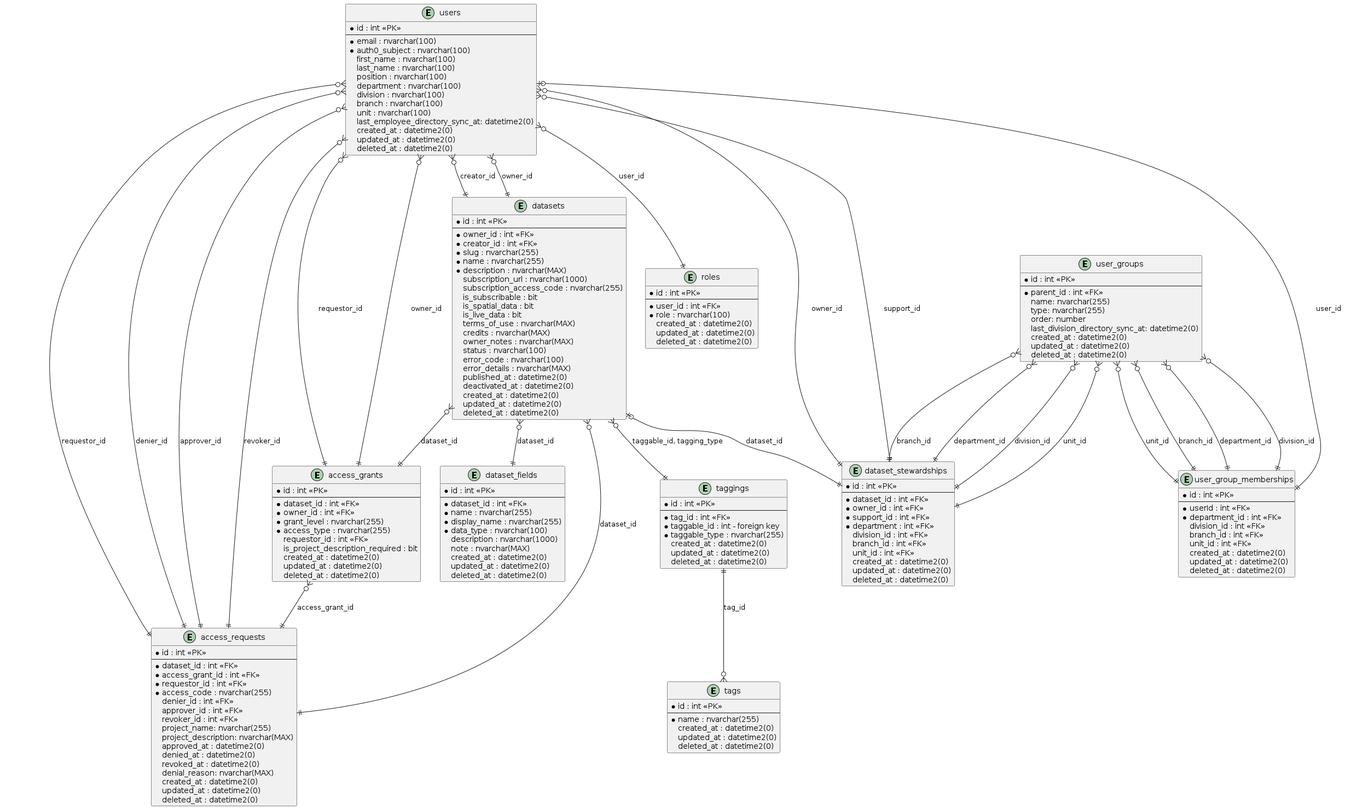
This is _Design/Entity Relationship Diagrams.png from ytgov/internal-data-portal, a PlantUML export, as it was before one commit.
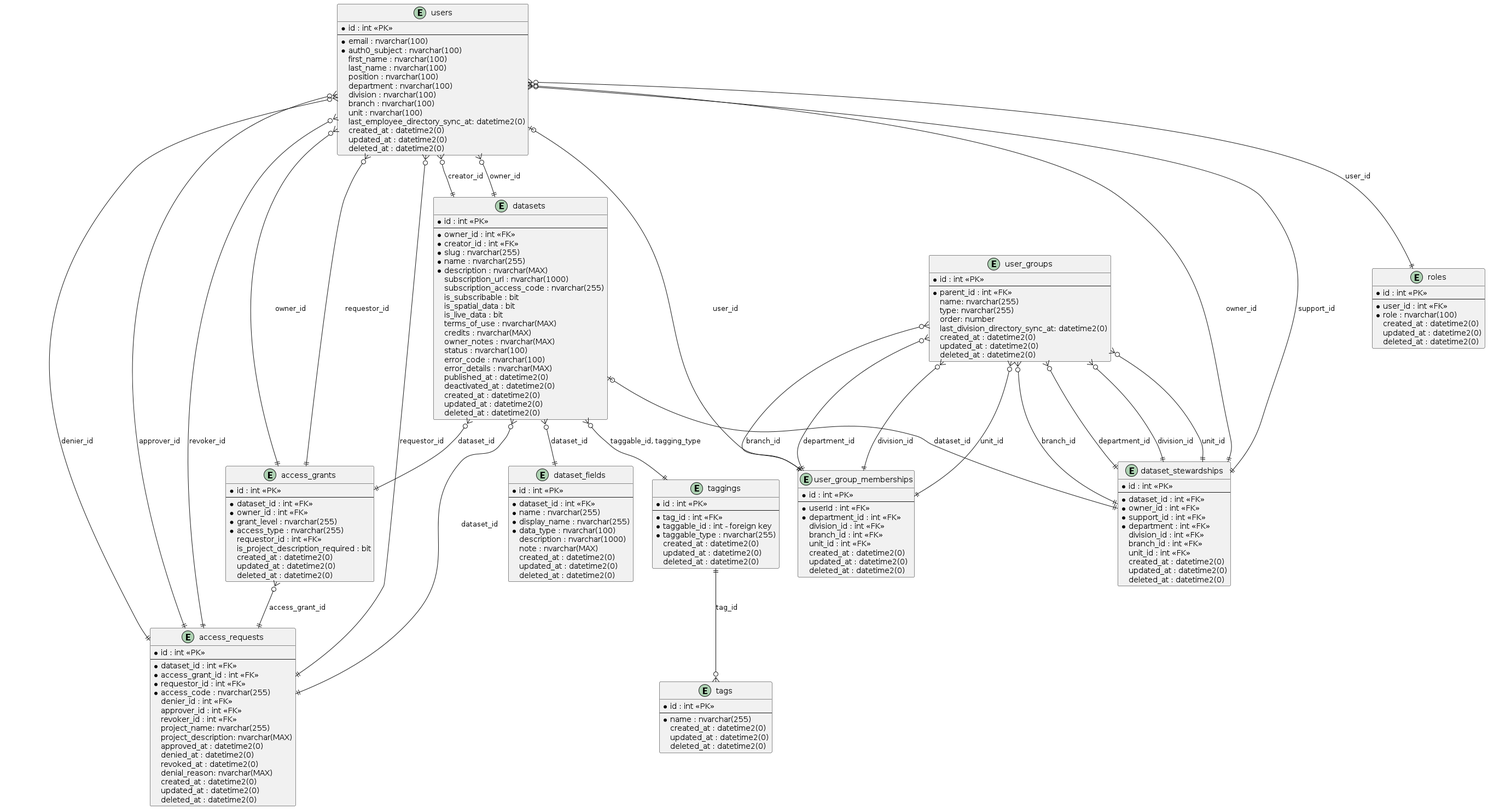
After the change.

Commit message:
:abc: Alphabetize entity diagram entities to making finding stuff eaiser.

Diff of the diagram source:
```diff
@@ -48,6 +48,21 @@
   deleted_at : datetime2(0)
 }
 
+entity "dataset_stewardships" {
+  * id : int <<PK>>
+  --
+  * dataset_id : int <<FK>>
+  * owner_id : int <<FK>>
+  * support_id : int <<FK>>
+  * department : int <<FK>>
+  division_id : int <<FK>>
+  branch_id : int <<FK>>
+  unit_id : int <<FK>>
+  created_at : datetime2(0)
+  updated_at : datetime2(0)
+  deleted_at : datetime2(0)
+}
+
 entity "datasets" {
   * id : int <<PK>>
   --
@@ -84,16 +99,12 @@
   deleted_at : datetime2(0)
 }
 
-entity "dataset_stewardships" {
+entity "taggings" {
   * id : int <<PK>>
   --
-  * dataset_id : int <<FK>>
-  * owner_id : int <<FK>>
-  * support_id : int <<FK>>
-  * department : int <<FK>>
-  division_id : int <<FK>>
-  branch_id : int <<FK>>
-  unit_id : int <<FK>>
+  * tag_id : int <<FK>>
+  * taggable_id : int - foreign key
+  * taggable_type : nvarchar(255)
   created_at : datetime2(0)
   updated_at : datetime2(0)
   deleted_at : datetime2(0)
@@ -108,12 +119,28 @@
   deleted_at : datetime2(0)
 }
 
-entity "taggings" {
+
+entity "user_group_memberships" {
   * id : int <<PK>>
   --
-  * tag_id : int <<FK>>
-  * taggable_id : int - foreign key
-  * taggable_type : nvarchar(255)
+  * userId : int <<FK>>
+  * department_id : int <<FK>>
+  division_id : int <<FK>>
+  branch_id : int <<FK>>
+  unit_id : int <<FK>>
+  created_at : datetime2(0)
+  updated_at : datetime2(0)
+  deleted_at : datetime2(0)
+}
+
+entity "user_groups" {
+  * id : int <<PK>>
+  --
+  * parent_id : int <<FK>>
+  name: nvarchar(255)
+  type: nvarchar(255)
+  order: number
+  last_division_directory_sync_at: datetime2(0)
   created_at : datetime2(0)
   updated_at : datetime2(0)
   deleted_at : datetime2(0)
@@ -132,32 +159,6 @@
   branch : nvarchar(100)
   unit : nvarchar(100)
   last_employee_directory_sync_at: datetime2(0)
-  created_at : datetime2(0)
-  updated_at : datetime2(0)
-  deleted_at : datetime2(0)
-}
-
-entity "user_groups" {
-  * id : int <<PK>>
-  --
-  * parent_id : int <<FK>>
-  name: nvarchar(255)
-  type: nvarchar(255)
-  order: number
-  last_division_directory_sync_at: datetime2(0)
-  created_at : datetime2(0)
-  updated_at : datetime2(0)
-  deleted_at : datetime2(0)
-}
-
-entity "user_group_memberships" {
-  * id : int <<PK>>
-  --
-  * userId : int <<FK>>
-  * department_id : int <<FK>>
-  division_id : int <<FK>>
-  branch_id : int <<FK>>
-  unit_id : int <<FK>>
   created_at : datetime2(0)
   updated_at : datetime2(0)
   deleted_at : datetime2(0)
```
